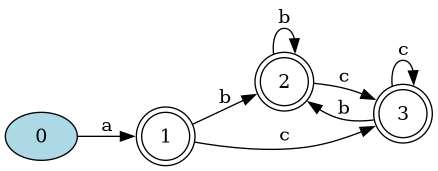
The Graphviz diagram DFA.png in Daniel-Sima/Clone-of-the-egrep-UNIX-command, before a commit. Its source is kept beside it as DFA.dot.
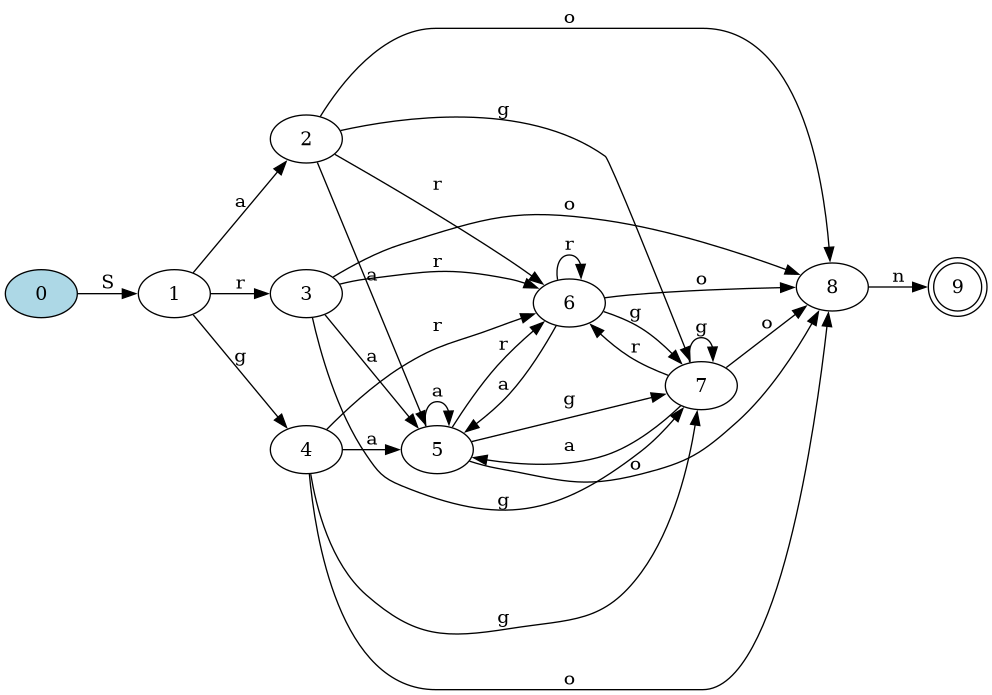
Above is the later version.

Change to the diagram source:
```diff
@@ -1,16 +1,36 @@
 digraph {
 	rankdir=LR;
 
-	1 [shape=doublecircle]
-	2 [shape=doublecircle]
-	3 [shape=doublecircle]
+	9 [shape=doublecircle]
 	0 [style=filled, fillcolor="lightblue"]
 
-	0->1 [label= "a"];
-	1->2 [label= "b"];
-	1->3 [label= "c"];
-	2->2 [label= "b"];
-	2->3 [label= "c"];
-	3->2 [label= "b"];
-	3->3 [label= "c"];
+	0->1 [label= "S"];
+	1->2 [label= "a"];
+	1->3 [label= "r"];
+	1->4 [label= "g"];
+	2->5 [label= "a"];
+	2->6 [label= "r"];
+	2->7 [label= "g"];
+	2->8 [label= "o"];
+	3->5 [label= "a"];
+	3->6 [label= "r"];
+	3->7 [label= "g"];
+	3->8 [label= "o"];
+	4->5 [label= "a"];
+	4->6 [label= "r"];
+	4->7 [label= "g"];
+	4->8 [label= "o"];
+	5->5 [label= "a"];
+	5->6 [label= "r"];
+	5->7 [label= "g"];
+	5->8 [label= "o"];
+	6->5 [label= "a"];
+	6->6 [label= "r"];
+	6->7 [label= "g"];
+	6->8 [label= "o"];
+	7->5 [label= "a"];
+	7->6 [label= "r"];
+	7->7 [label= "g"];
+	7->8 [label= "o"];
+	8->9 [label= "n"];
 }
```
